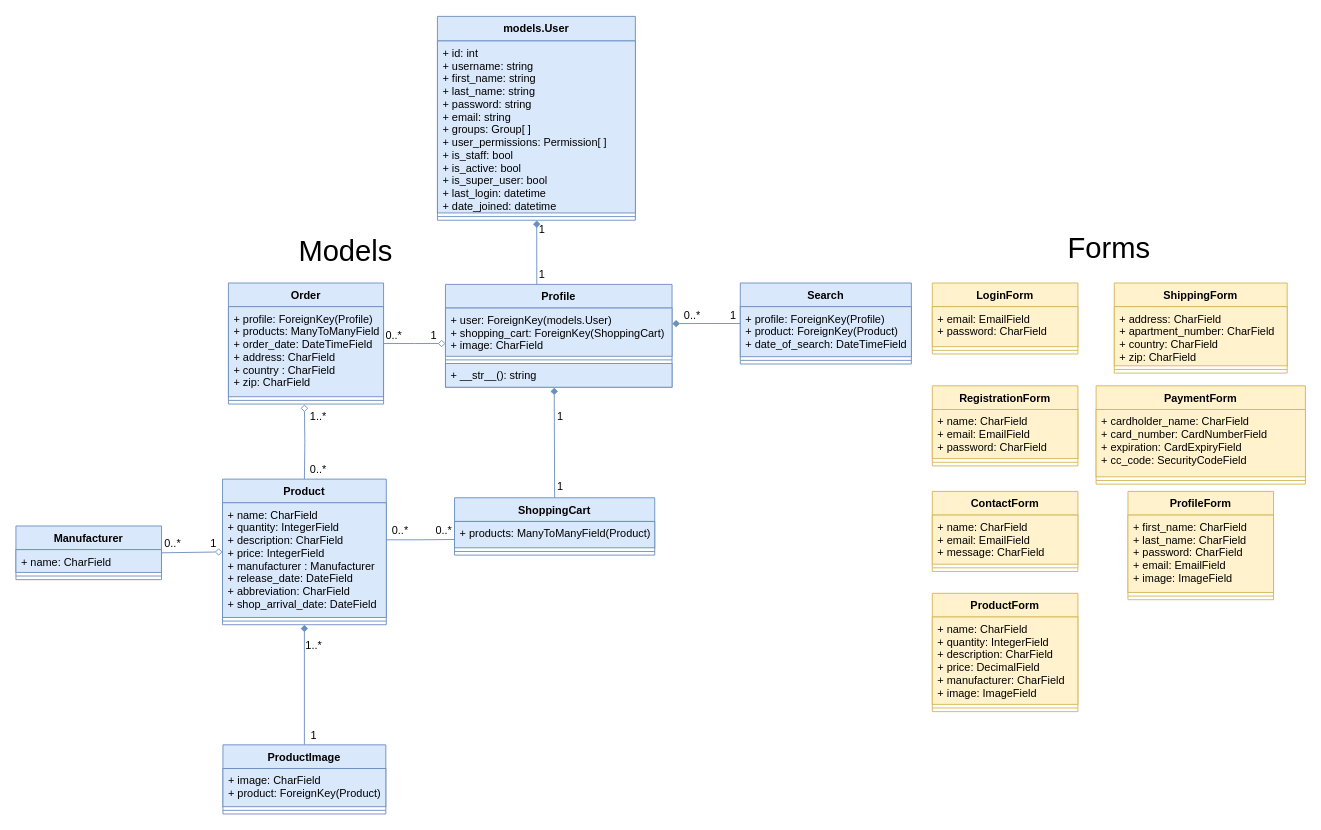
Above: documentation/diagrams/class/class_diagram.drawio in RunarVestmann/verklegtnamskeid2 (draw.io), before the change. Source tidied: cells renumbered, new cells numbered last; positions are measured from the earlier drawing's top-left corner, leaving out a move shared by most shapes. Both pictures are drawn from the tidied source at 91%, with x=0, y=0 at pixel (15, 15).
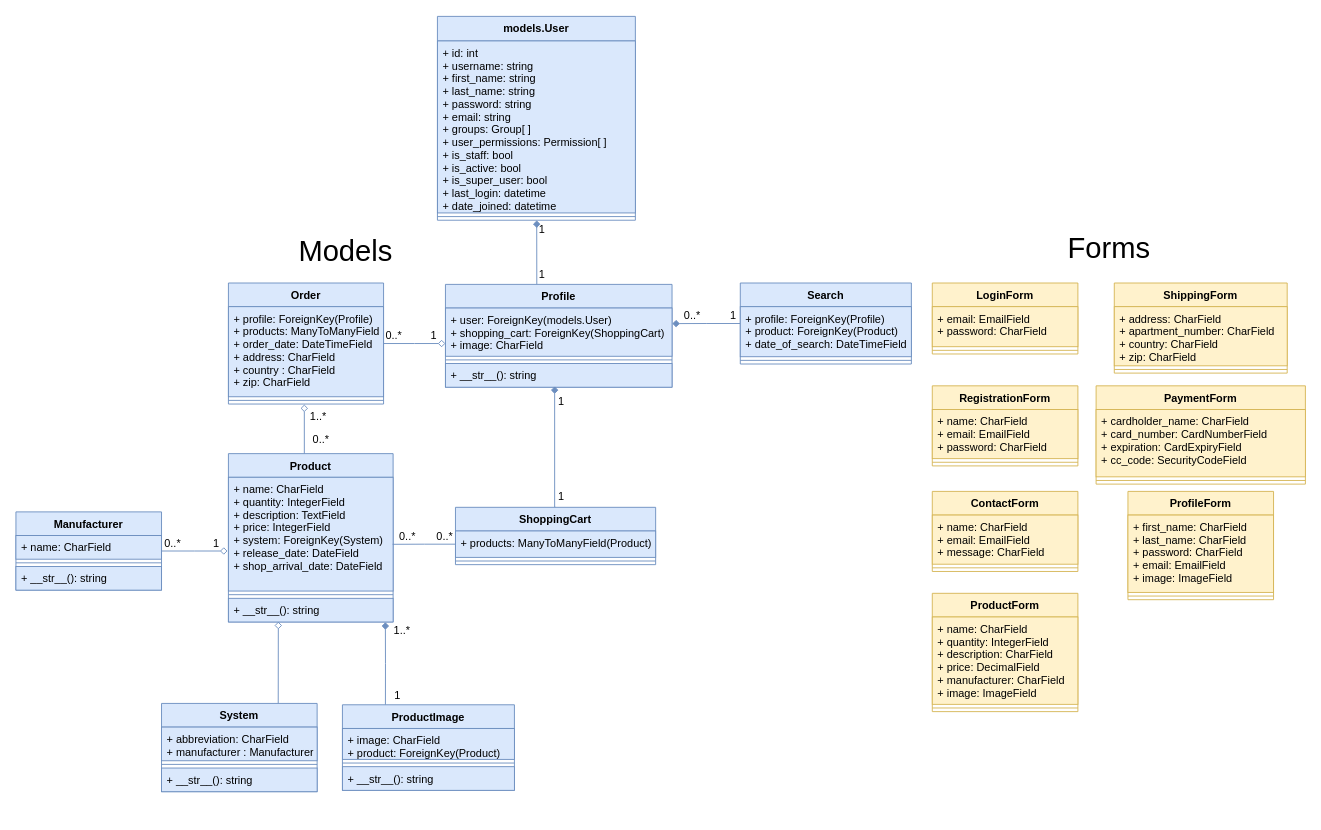
After the change.

The change refers to these unchanged cells:
```xml
<mxCell id="60" value="+ __str__(): string" style="text;strokeColor=#6c8ebf;fillColor=#dae8fc;align=left;verticalAlign=top;spacingLeft=4;spacingRight=4;overflow=hidden;points=[[0,0.5],[1,0.5]];portConstraint=eastwest;" parent="57" vertex="1">
  <mxGeometry y="87" width="249" height="26" as="geometry" />
</mxCell>
<mxCell id="69" value="+ products: ManyToManyField(Product)" style="text;strokeColor=#6c8ebf;fillColor=#dae8fc;align=left;verticalAlign=top;spacingLeft=4;spacingRight=4;overflow=hidden;points=[[0,0.5],[1,0.5]];portConstraint=eastwest;" parent="68" vertex="1">
  <mxGeometry y="26" width="220" height="29" as="geometry" />
</mxCell>
```

Diff of the diagram source:
```diff
@@
-    <mxCell id="2" style="edgeStyle=orthogonalEdgeStyle;rounded=0;jettySize=auto;html=1;exitX=0.999;exitY=0.323;exitDx=0;exitDy=0;endArrow=none;endFill=0;fillColor=#dae8fc;strokeColor=#6c8ebf;entryX=0;entryY=0.684;entryDx=0;entryDy=0;exitPerimeter=0;entryPerimeter=0;" parent="1" edge="1" source="50" target="69">
-      <mxGeometry relative="1" as="geometry">
-        <Array as="points">
-          <mxPoint x="445" y="576" />
-        </Array>
-      </mxGeometry>
-    </mxCell>
-    <mxCell id="3" style="edgeStyle=orthogonalEdgeStyle;rounded=0;jettySize=auto;html=1;exitX=0;exitY=0.5;exitDx=0;exitDy=0;entryX=1;entryY=0.5;entryDx=0;entryDy=0;startArrow=diamond;startFill=0;endArrow=none;endFill=0;fillColor=#dae8fc;strokeColor=#6c8ebf;" parent="1" edge="1" source="49" target="72">
-      <mxGeometry relative="1" as="geometry">
-        <Array as="points">
-          <mxPoint x="160" y="589" />
-        </Array>
-      </mxGeometry>
-    </mxCell>
     <mxCell id="4" value="&lt;font style=&quot;font-size: 12px&quot;&gt;1&lt;/font&gt;" style="text;html=1;align=center;verticalAlign=middle;" parent="1" vertex="1">
-      <mxGeometry x="588.2" y="431" width="20" height="20" as="geometry" />
+      <mxGeometry x="589.2" y="414" width="20" height="20" as="geometry" />
     </mxCell>
@@
     <mxCell id="9" value="&lt;font style=&quot;font-size: 12px&quot;&gt;1&lt;/font&gt;" style="text;html=1;align=center;verticalAlign=middle;" parent="1" vertex="1">
-      <mxGeometry x="588.2" y="507.5" width="20" height="20" as="geometry" />
+      <mxGeometry x="589.2" y="518" width="20" height="20" as="geometry" />
     </mxCell>
@@
     <mxCell id="12" value="1" style="text;html=1;align=center;verticalAlign=middle;" parent="1" vertex="1">
-      <mxGeometry x="207" y="570" width="20" height="20" as="geometry" />
+      <mxGeometry x="210" y="570" width="20" height="20" as="geometry" />
     </mxCell>
@@
     <mxCell id="18" value="1..*" style="text;html=1;align=center;verticalAlign=middle;" parent="1" vertex="1">
-      <mxGeometry x="312" y="682" width="30" height="20" as="geometry" />
+      <mxGeometry x="409" y="666" width="30" height="20" as="geometry" />
     </mxCell>
@@
     <mxCell id="43" value="1" style="text;html=1;align=center;verticalAlign=middle;" parent="1" vertex="1">
-      <mxGeometry x="317" y="781" width="20" height="20" as="geometry" />
+      <mxGeometry x="409" y="737" width="20" height="20" as="geometry" />
     </mxCell>
-    <mxCell id="44" style="edgeStyle=orthogonalEdgeStyle;rounded=0;jettySize=auto;html=1;entryX=0.5;entryY=0;entryDx=0;entryDy=0;endArrow=none;endFill=0;fillColor=#dae8fc;strokeColor=#6c8ebf;startArrow=diamond;startFill=0;" parent="1" edge="1" target="49">
+    <mxCell id="44" style="edgeStyle=orthogonalEdgeStyle;rounded=0;jettySize=auto;html=1;endArrow=none;endFill=0;fillColor=#dae8fc;strokeColor=#6c8ebf;startArrow=diamond;startFill=0;entryX=0.461;entryY=0;entryDx=0;entryDy=0;entryPerimeter=0;" parent="1" edge="1" target="49">
       <mxGeometry relative="1" as="geometry">
         <mxPoint x="317" y="427" as="sourcePoint" />
+        <Array as="points">
+          <mxPoint x="317" y="481" />
+        </Array>
       </mxGeometry>
     </mxCell>
     <mxCell id="45" value="0..*" style="text;html=1;align=center;verticalAlign=middle;" parent="1" vertex="1">
-      <mxGeometry x="317" y="489" width="30" height="20" as="geometry" />
+      <mxGeometry x="320" y="456" width="30" height="20" as="geometry" />
     </mxCell>
@@
     <mxCell id="47" value="0..*" style="text;html=1;align=center;verticalAlign=middle;" parent="1" vertex="1">
-      <mxGeometry x="406.5" y="556" width="30" height="20" as="geometry" />
+      <mxGeometry x="414.5" y="561.5" width="30" height="20" as="geometry" />
     </mxCell>
     <mxCell id="48" value="0..*" style="text;html=1;align=center;verticalAlign=middle;" parent="1" vertex="1">
-      <mxGeometry x="455" y="556" width="30" height="20" as="geometry" />
+      <mxGeometry x="456" y="561.5" width="30" height="20" as="geometry" />
     </mxCell>
-    <mxCell id="49" value="Product" style="swimlane;fontStyle=1;align=center;verticalAlign=top;horizontal=1;startSize=26;fillColor=#dae8fc;strokeColor=#6c8ebf;" parent="1" vertex="1">
-      <mxGeometry x="227" y="509" width="180" height="160" as="geometry" />
-    </mxCell>
-    <mxCell id="50" value="+ name: CharField&#10;+ quantity: IntegerField&#10;+ description: CharField&#10;+ price: IntegerField&#10;+ manufacturer : Manufacturer&#10;+ release_date: DateField&#10;+ abbreviation: CharField&#10;+ shop_arrival_date: DateField" style="text;strokeColor=#6c8ebf;fillColor=#dae8fc;align=left;verticalAlign=top;spacingLeft=4;spacingRight=4;overflow=hidden;points=[[0,0.5],[1,0.5]];portConstraint=eastwest;" parent="49" vertex="1">
-      <mxGeometry y="26" width="180" height="126" as="geometry" />
-    </mxCell>
-    <mxCell id="51" style="line;strokeWidth=1;fillColor=#dae8fc;align=left;verticalAlign=middle;spacingTop=-1;spacingLeft=3;spacingRight=3;labelPosition=right;strokeColor=#6c8ebf;" parent="49" vertex="1">
-      <mxGeometry y="152" width="180" height="8" as="geometry" />
-    </mxCell>
@@
-    <mxCell id="63" style="edgeStyle=orthogonalEdgeStyle;rounded=0;jettySize=auto;html=1;exitX=0.5;exitY=0;exitDx=0;exitDy=0;entryX=0.5;entryY=1;entryDx=0;entryDy=0;fillColor=#dae8fc;strokeColor=#6c8ebf;endArrow=diamond;endFill=1;" parent="1" edge="1" source="64" target="49">
-      <mxGeometry relative="1" as="geometry" />
-    </mxCell>
-    <mxCell id="64" value="ProductImage" style="swimlane;fontStyle=1;align=center;verticalAlign=top;horizontal=1;startSize=26;fillColor=#dae8fc;strokeColor=#6c8ebf;" parent="1" vertex="1">
-      <mxGeometry x="227.5" y="801" width="179" height="76" as="geometry" />
-    </mxCell>
-    <mxCell id="65" value="+ image: CharField&#10;+ product: ForeignKey(Product)&#10;" style="text;strokeColor=#6c8ebf;fillColor=#dae8fc;align=left;verticalAlign=top;spacingLeft=4;spacingRight=4;overflow=hidden;" parent="64" vertex="1">
-      <mxGeometry y="26" width="179" height="42" as="geometry" />
-    </mxCell>
-    <mxCell id="66" style="line;strokeWidth=1;fillColor=#dae8fc;align=left;verticalAlign=middle;spacingTop=-1;spacingLeft=3;spacingRight=3;labelPosition=right;strokeColor=#6c8ebf;" parent="64" vertex="1">
-      <mxGeometry y="68" width="179" height="8" as="geometry" />
-    </mxCell>
-    <mxCell id="67" style="edgeStyle=orthogonalEdgeStyle;rounded=0;jettySize=auto;html=1;exitX=0.5;exitY=0;exitDx=0;exitDy=0;entryX=0.48;entryY=1.015;entryDx=0;entryDy=0;entryPerimeter=0;endArrow=diamond;endFill=1;fillColor=#dae8fc;strokeColor=#6c8ebf;" parent="1" edge="1" source="68" target="60">
-      <mxGeometry relative="1" as="geometry">
-        <Array as="points">
-          <mxPoint x="592" y="530" />
-        </Array>
-      </mxGeometry>
-    </mxCell>
+    <mxCell id="75" style="edgeStyle=orthogonalEdgeStyle;rounded=0;jettySize=auto;html=1;exitX=0.5;exitY=0;exitDx=0;exitDy=0;fillColor=#dae8fc;strokeColor=#6c8ebf;endArrow=diamond;endFill=1;" parent="1" edge="1" source="68">
+      <mxGeometry relative="1" as="geometry">
+        <mxPoint x="592" y="407" as="targetPoint" />
+        <Array as="points">
+          <mxPoint x="592" y="540" />
+        </Array>
+      </mxGeometry>
+    </mxCell>
     <mxCell id="68" value="ShoppingCart" style="swimlane;fontStyle=1;align=center;verticalAlign=top;horizontal=1;startSize=26;fillColor=#dae8fc;strokeColor=#6c8ebf;" parent="1" vertex="1">
-      <mxGeometry x="482" y="529.5" width="220" height="63" as="geometry" />
+      <mxGeometry x="483" y="540" width="220" height="63" as="geometry" />
     </mxCell>
@@
+    <mxCell id="76" style="edgeStyle=orthogonalEdgeStyle;rounded=0;jettySize=auto;html=1;exitX=1;exitY=0.5;exitDx=0;exitDy=0;endArrow=diamond;endFill=0;fillColor=#dae8fc;strokeColor=#6c8ebf;" parent="1" edge="1" source="72">
+      <mxGeometry relative="1" as="geometry">
+        <mxPoint x="232.6" y="588" as="targetPoint" />
+      </mxGeometry>
+    </mxCell>
     <mxCell id="72" value="Manufacturer" style="swimlane;fontStyle=1;align=center;verticalAlign=top;horizontal=1;startSize=26;fillColor=#dae8fc;strokeColor=#6c8ebf;" parent="1" vertex="1">
-      <mxGeometry y="560.5" width="160" height="59" as="geometry" />
+      <mxGeometry y="545" width="160" height="86" as="geometry" />
     </mxCell>
     <mxCell id="73" value="+ name: CharField" style="text;strokeColor=#6c8ebf;fillColor=#dae8fc;align=left;verticalAlign=top;spacingLeft=4;spacingRight=4;overflow=hidden;" parent="72" vertex="1">
-      <mxGeometry y="26" width="160" height="25" as="geometry" />
+      <mxGeometry y="26" width="160" height="26" as="geometry" />
     </mxCell>
-    <mxCell id="74" style="line;strokeWidth=1;fillColor=#dae8fc;align=left;verticalAlign=middle;spacingTop=-1;spacingLeft=3;spacingRight=3;labelPosition=right;strokeColor=#6c8ebf;" parent="72" vertex="1">
-      <mxGeometry y="51" width="160" height="8" as="geometry" />
-    </mxCell>
+    <mxCell id="77" style="line;strokeWidth=1;fillColor=#dae8fc;align=left;verticalAlign=middle;spacingTop=-1;spacingLeft=3;spacingRight=3;labelPosition=right;strokeColor=#6c8ebf;" parent="72" vertex="1">
+      <mxGeometry y="52" width="160" height="8" as="geometry" />
+    </mxCell>
+    <mxCell id="78" value="+ __str__(): string" style="text;strokeColor=#6c8ebf;fillColor=#dae8fc;align=left;verticalAlign=top;spacingLeft=4;spacingRight=4;overflow=hidden;" parent="72" vertex="1">
+      <mxGeometry y="60" width="160" height="26" as="geometry" />
+    </mxCell>
+    <mxCell id="49" value="Product" style="swimlane;fontStyle=1;align=center;verticalAlign=top;horizontal=1;startSize=26;fillColor=#dae8fc;strokeColor=#6c8ebf;" parent="1" vertex="1">
+      <mxGeometry x="233.5" y="481" width="181" height="185" as="geometry" />
+    </mxCell>
+    <mxCell id="79" value="+ name: CharField&#10;+ quantity: IntegerField&#10;+ description: TextField&#10;+ price: IntegerField&#10;+ system: ForeignKey(System)&#10;+ release_date: DateField&#10;+ shop_arrival_date: DateField" style="text;strokeColor=#6c8ebf;fillColor=#dae8fc;align=left;verticalAlign=top;spacingLeft=4;spacingRight=4;overflow=hidden;points=[[0,0.5],[1,0.5]];portConstraint=eastwest;" parent="49" vertex="1">
+      <mxGeometry y="26" width="181" height="125" as="geometry" />
+    </mxCell>
+    <mxCell id="80" style="line;strokeWidth=1;fillColor=#dae8fc;align=left;verticalAlign=middle;spacingTop=-1;spacingLeft=3;spacingRight=3;labelPosition=right;strokeColor=#6c8ebf;" parent="49" vertex="1">
+      <mxGeometry y="151" width="181" height="8" as="geometry" />
+    </mxCell>
+    <mxCell id="81" value="+ __str__(): string" style="text;strokeColor=#6c8ebf;fillColor=#dae8fc;align=left;verticalAlign=top;spacingLeft=4;spacingRight=4;overflow=hidden;points=[[0,0.5],[1,0.5]];portConstraint=eastwest;" parent="49" vertex="1">
+      <mxGeometry y="159" width="181" height="26" as="geometry" />
+    </mxCell>
+    <mxCell id="82" style="edgeStyle=orthogonalEdgeStyle;rounded=0;jettySize=auto;html=1;exitX=0;exitY=0.5;exitDx=0;exitDy=0;entryX=0.997;entryY=0.589;entryDx=0;entryDy=0;entryPerimeter=0;endArrow=none;endFill=0;fillColor=#dae8fc;strokeColor=#6c8ebf;" parent="1" edge="1" source="69" target="79">
+      <mxGeometry relative="1" as="geometry" />
+    </mxCell>
+    <mxCell id="83" style="edgeStyle=orthogonalEdgeStyle;rounded=0;jettySize=auto;html=1;exitX=0.25;exitY=0;exitDx=0;exitDy=0;endArrow=diamond;endFill=1;entryX=0.953;entryY=1.009;entryDx=0;entryDy=0;entryPerimeter=0;fillColor=#dae8fc;strokeColor=#6c8ebf;" parent="1" edge="1" source="64" target="81">
+      <mxGeometry relative="1" as="geometry" />
+    </mxCell>
+    <mxCell id="64" value="ProductImage" style="swimlane;fontStyle=1;align=center;verticalAlign=top;horizontal=1;startSize=26;fillColor=#dae8fc;strokeColor=#6c8ebf;" parent="1" vertex="1">
+      <mxGeometry x="358.8" y="757" width="189" height="94" as="geometry" />
+    </mxCell>
+    <mxCell id="65" value="+ image: CharField&#10;+ product: ForeignKey(Product)&#10;" style="text;strokeColor=#6c8ebf;fillColor=#dae8fc;align=left;verticalAlign=top;spacingLeft=4;spacingRight=4;overflow=hidden;" parent="64" vertex="1">
+      <mxGeometry y="26" width="189" height="34" as="geometry" />
+    </mxCell>
+    <mxCell id="84" style="line;strokeWidth=1;fillColor=#dae8fc;align=left;verticalAlign=middle;spacingTop=-1;spacingLeft=3;spacingRight=3;labelPosition=right;strokeColor=#6c8ebf;" parent="64" vertex="1">
+      <mxGeometry y="60" width="189" height="8" as="geometry" />
+    </mxCell>
+    <mxCell id="85" value="+ __str__(): string" style="text;strokeColor=#6c8ebf;fillColor=#dae8fc;align=left;verticalAlign=top;spacingLeft=4;spacingRight=4;overflow=hidden;" parent="64" vertex="1">
+      <mxGeometry y="68" width="189" height="26" as="geometry" />
+    </mxCell>
+    <mxCell id="86" style="edgeStyle=orthogonalEdgeStyle;rounded=0;jettySize=auto;html=1;exitX=0.75;exitY=0;exitDx=0;exitDy=0;entryX=0.303;entryY=0.987;entryDx=0;entryDy=0;entryPerimeter=0;endArrow=diamond;endFill=0;fillColor=#dae8fc;strokeColor=#6c8ebf;" parent="1" edge="1" source="87" target="81">
+      <mxGeometry relative="1" as="geometry" />
+    </mxCell>
+    <mxCell id="87" value="System" style="swimlane;fontStyle=1;align=center;verticalAlign=top;horizontal=1;startSize=26;fillColor=#dae8fc;strokeColor=#6c8ebf;" parent="1" vertex="1">
+      <mxGeometry x="160" y="755.5" width="171" height="97" as="geometry" />
+    </mxCell>
+    <mxCell id="88" value="+ abbreviation: CharField&#10;+ manufacturer : Manufacturer" style="text;strokeColor=#6c8ebf;fillColor=#dae8fc;align=left;verticalAlign=top;spacingLeft=4;spacingRight=4;overflow=hidden;" parent="87" vertex="1">
+      <mxGeometry y="26" width="171" height="37" as="geometry" />
+    </mxCell>
+    <mxCell id="89" style="line;strokeWidth=1;fillColor=#dae8fc;align=left;verticalAlign=middle;spacingTop=-1;spacingLeft=3;spacingRight=3;labelPosition=right;strokeColor=#6c8ebf;" parent="87" vertex="1">
+      <mxGeometry y="63" width="171" height="8" as="geometry" />
+    </mxCell>
+    <mxCell id="90" value="+ __str__(): string" style="text;strokeColor=#6c8ebf;fillColor=#dae8fc;align=left;verticalAlign=top;spacingLeft=4;spacingRight=4;overflow=hidden;" parent="87" vertex="1">
+      <mxGeometry y="71" width="171" height="26" as="geometry" />
+    </mxCell>
```
